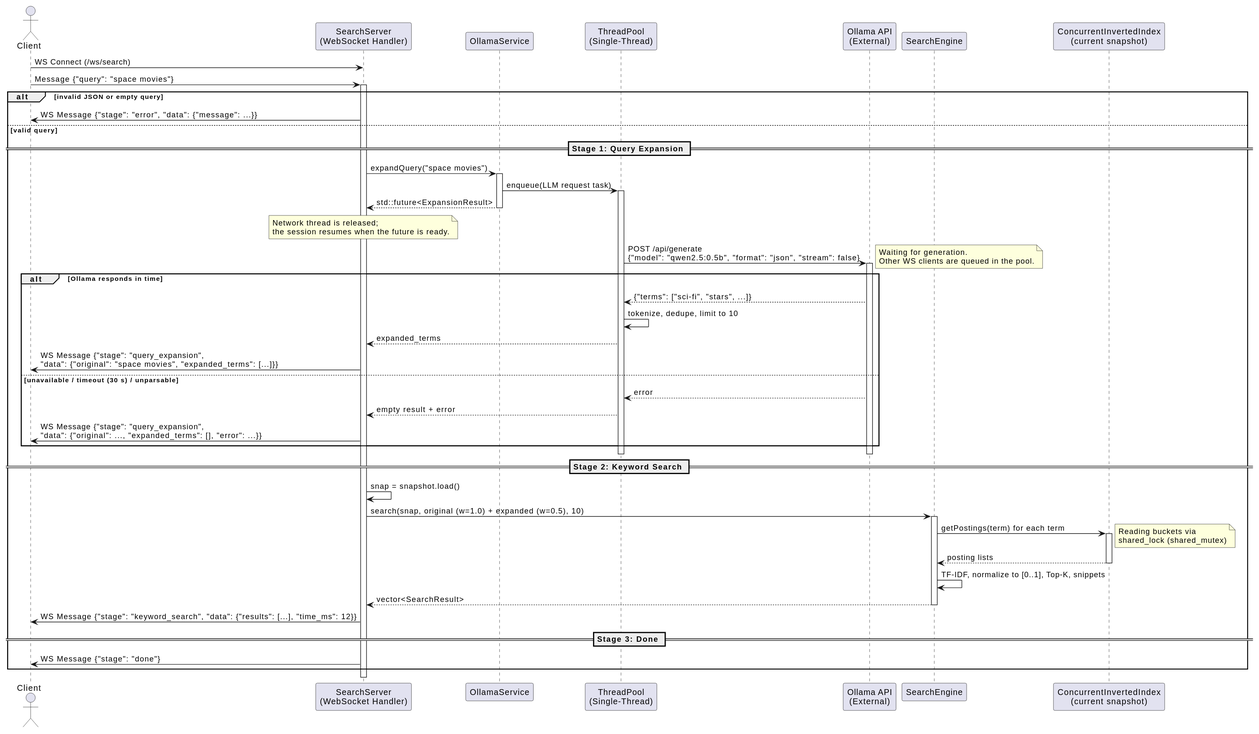
fannulain/Concurrent-Search-Engine keeps this PlantUML diagram as docs/diagrams/svg/sequence_diagram_websocket_pipeline.svg. Above is the earlier version.
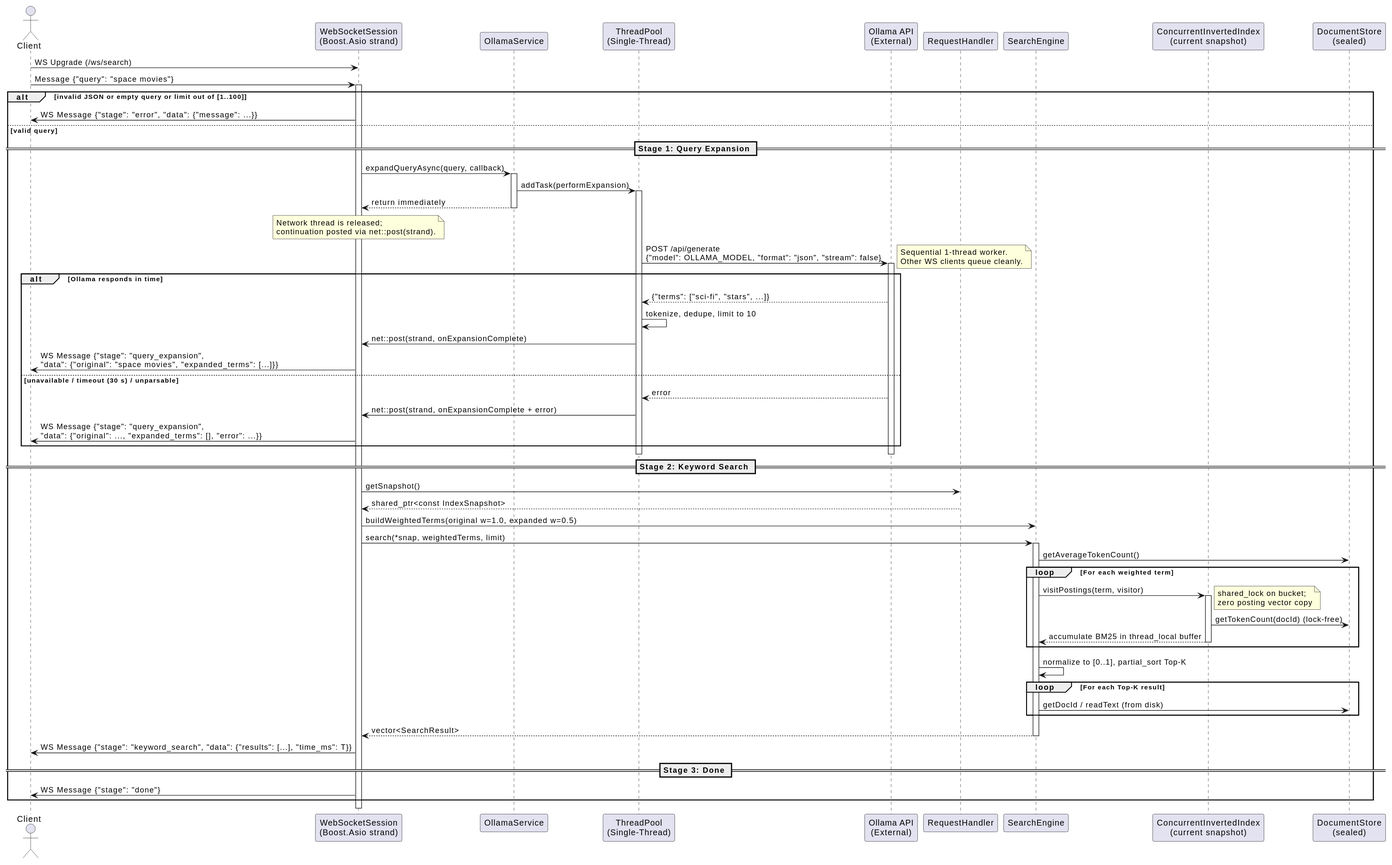
Later version of the same file.

Commit message:
docs: sync UML class and sequence diagrams with final implementation

The edit, as a diff of the source:
```diff
@@ -1,60 +1,71 @@
 @startuml
 actor Client
-participant "SearchServer\n(WebSocket Handler)" as Server
+participant "WebSocketSession\n(Boost.Asio strand)" as WS
 participant "OllamaService" as OllamaSvc
 participant "ThreadPool\n(Single-Thread)" as OllamaPool
 participant "Ollama API\n(External)" as OllamaAPI
+participant "RequestHandler" as Handler
 participant "SearchEngine" as Engine
 participant "ConcurrentInvertedIndex\n(current snapshot)" as Index
+participant "DocumentStore\n(sealed)" as Docs
 
-Client -> Server : WS Connect (/ws/search)
-Client -> Server : Message {"query": "space movies"}
-activate Server
+Client -> WS : WS Upgrade (/ws/search)
+Client -> WS : Message {"query": "space movies"}
+activate WS
 
-alt invalid JSON or empty query
-    Server -> Client : WS Message {"stage": "error", "data": {"message": ...}}
+alt invalid JSON or empty query or limit out of [1..100]
+    WS -> Client : WS Message {"stage": "error", "data": {"message": ...}}
 else valid query
     == Stage 1: Query Expansion ==
-    Server -> OllamaSvc : expandQuery("space movies")
+    WS -> OllamaSvc : expandQueryAsync(query, callback)
     activate OllamaSvc
-    OllamaSvc -> OllamaPool : enqueue(LLM request task)
+    OllamaSvc -> OllamaPool : addTask(performExpansion)
     activate OllamaPool
-    OllamaSvc --> Server : std::future<ExpansionResult>
+    OllamaSvc --> WS : return immediately
     deactivate OllamaSvc
-    note over Server: Network thread is released;\nthe session resumes when the future is ready.
-    OllamaPool -> OllamaAPI : POST /api/generate\n{"model": "qwen2.5:0.5b", "format": "json", "stream": false}
+    note over WS: Network thread is released;\ncontinuation posted via net::post(strand).
+    OllamaPool -> OllamaAPI : POST /api/generate\n{"model": OLLAMA_MODEL, "format": "json", "stream": false}
     activate OllamaAPI
-    note right: Waiting for generation.\nOther WS clients are queued in the pool.
+    note right: Sequential 1-thread worker.\nOther WS clients queue cleanly.
     alt Ollama responds in time
         OllamaAPI --> OllamaPool : {"terms": ["sci-fi", "stars", ...]}
         OllamaPool -> OllamaPool : tokenize, dedupe, limit to 10
-        OllamaPool --> Server : expanded_terms
-        Server -> Client : WS Message {"stage": "query_expansion",\n"data": {"original": "space movies", "expanded_terms": [...]}}
+        OllamaPool -> WS : net::post(strand, onExpansionComplete)
+        WS -> Client : WS Message {"stage": "query_expansion",\n"data": {"original": "space movies", "expanded_terms": [...]}}
     else unavailable / timeout (30 s) / unparsable
         OllamaAPI --> OllamaPool : error
-        OllamaPool --> Server : empty result + error
-        Server -> Client : WS Message {"stage": "query_expansion",\n"data": {"original": ..., "expanded_terms": [], "error": ...}}
+        OllamaPool -> WS : net::post(strand, onExpansionComplete + error)
+        WS -> Client : WS Message {"stage": "query_expansion",\n"data": {"original": ..., "expanded_terms": [], "error": ...}}
     end
     deactivate OllamaAPI
     deactivate OllamaPool
 
     == Stage 2: Keyword Search ==
-    Server -> Server : snap = snapshot.load()
-    Server -> Engine : search(snap, original (w=1.0) + expanded (w=0.5), 10)
+    WS -> Handler : getSnapshot()
+    Handler --> WS : shared_ptr<const IndexSnapshot>
+    WS -> Engine : buildWeightedTerms(original w=1.0, expanded w=0.5)
+    WS -> Engine : search(*snap, weightedTerms, limit)
     activate Engine
-    Engine -> Index : getPostings(term) for each term
-    activate Index
-    note right: Reading buckets via\nshared_lock (shared_mutex)
-    Index --> Engine : posting lists
-    deactivate Index
-    Engine -> Engine : TF-IDF, normalize to [0..1], Top-K, snippets
-    Engine --> Server : vector<SearchResult>
+    Engine -> Docs : getAverageTokenCount()
+    loop For each weighted term
+        Engine -> Index : visitPostings(term, visitor)
+        activate Index
+        note right: shared_lock on bucket;\nzero posting vector copy
+        Index -> Docs : getTokenCount(docId) (lock-free)
+        Index --> Engine : accumulate BM25 in thread_local buffer
+        deactivate Index
+    end
+    Engine -> Engine : normalize to [0..1], partial_sort Top-K
+    loop For each Top-K result
+        Engine -> Docs : getDocId / readText (from disk)
+    end
+    Engine --> WS : vector<SearchResult>
     deactivate Engine
 
-    Server -> Client : WS Message {"stage": "keyword_search", "data": {"results": [...], "time_ms": 12}}
+    WS -> Client : WS Message {"stage": "keyword_search", "data": {"results": [...], "time_ms": T}}
 
     == Stage 3: Done ==
-    Server -> Client : WS Message {"stage": "done"}
+    WS -> Client : WS Message {"stage": "done"}
 end
-deactivate Server
+deactivate WS
 @enduml
```
